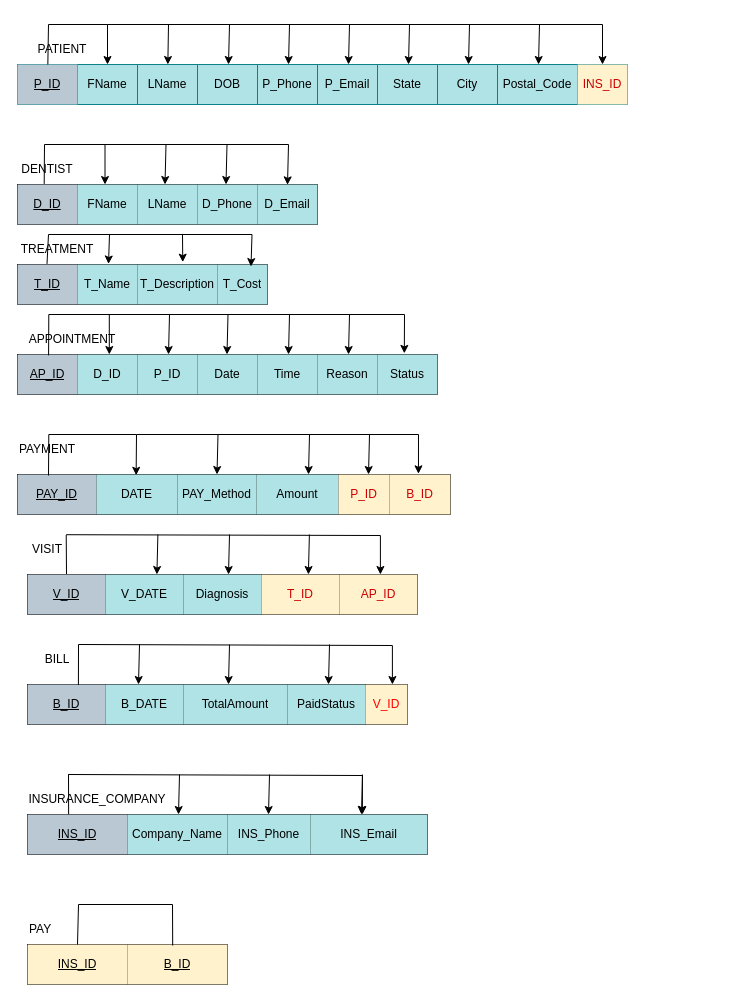
The draw.io diagram Diagramme sans nom.drawio in Varshiha/Database_Project, before the edit. Source tidied: cells renumbered, new cells numbered last; positions are measured from the earlier drawing's top-left corner, leaving out a move shared by most shapes. Both pictures are drawn from the tidied source at 100%, with x=0, y=0 at pixel (17, 24).
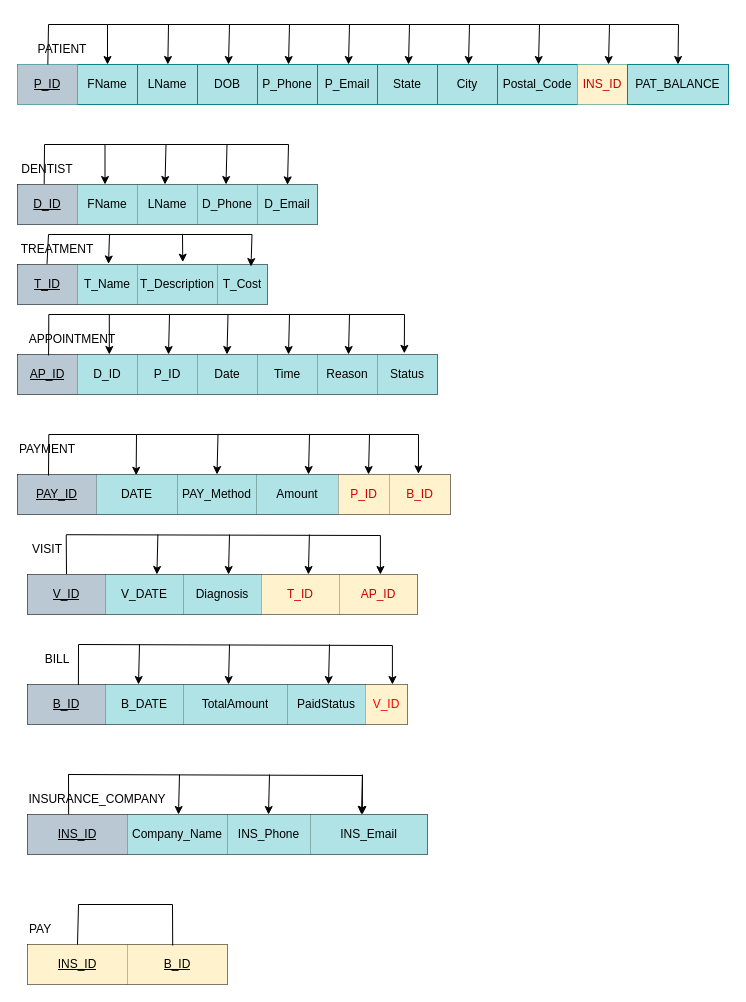
The same diagram, later.

Unchanged cells that the change refers to:
```xml
<mxCell id="2" style="group;" parent="1" vertex="1">
  <mxGeometry y="10" width="610" height="70" as="geometry" />
</mxCell>
<mxCell id="15" value="&lt;font style=&quot;color: rgb(204, 0, 0);&quot;&gt;INS_ID&lt;/font&gt;" style="shape=partialRectangle;html=1;whiteSpace=wrap;strokeColor=#d6b656;overflow=hidden;fillColor=#fff2cc;top=0;left=0;bottom=0;right=0;" parent="5" vertex="1">
  <mxGeometry x="560" width="50" height="40" as="geometry" />
</mxCell>
```

Change to the diagram source:
```diff
@@
-    <mxCell id="17" style="endArrow=classic;html=1;rounded=0;" parent="2" edge="1" target="15">
+    <mxCell id="17" style="endArrow=classic;html=1;rounded=0;entryX=0.5;entryY=0;entryDx=0;entryDy=0;" parent="2" edge="1" target="129">
       <mxGeometry relative="1" as="geometry">
         <mxPoint x="90" y="-10" as="sourcePoint" />
         <Array as="points">
-          <mxPoint x="585" y="-10" />
+          <mxPoint x="661" y="-10" />
         </Array>
       </mxGeometry>
     </mxCell>
@@
+    <mxCell id="128" style="endArrow=classic;html=1;rounded=0;fontStyle=1;" parent="2" edge="1">
+      <mxGeometry relative="1" as="geometry">
+        <mxPoint x="592" y="-10" as="sourcePoint" />
+        <mxPoint x="591" y="30" as="targetPoint" />
+      </mxGeometry>
+    </mxCell>
@@
+    <mxCell id="129" value="PAT_BALANCE" style="whiteSpace=wrap;html=1;fillColor=#B0E3E6;strokeColor=#0E8088;" parent="1" vertex="1">
+      <mxGeometry x="610" y="40" width="101" height="40" as="geometry" />
+    </mxCell>
```
